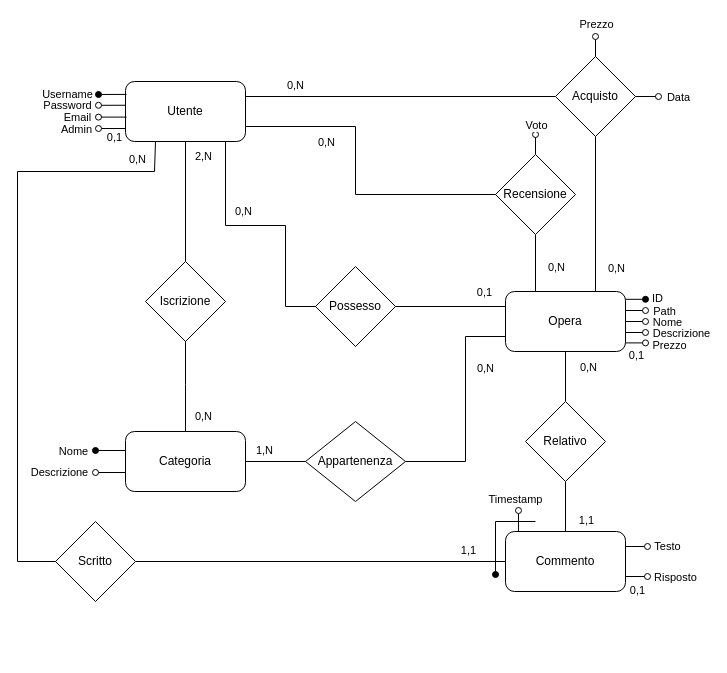
The draw.io diagram page "ristrutturato" (1 of 3) of DB/schema_ristrutturato.drawio in Giuseppe5000/TecWeb, before the edit. Source tidied: cells renumbered, new cells numbered last; positions are measured from the earlier drawing's top-left corner, leaving out a move shared by most shapes. Both pictures are drawn from the tidied source at 100%, with x=0, y=0 at pixel (17, 36).
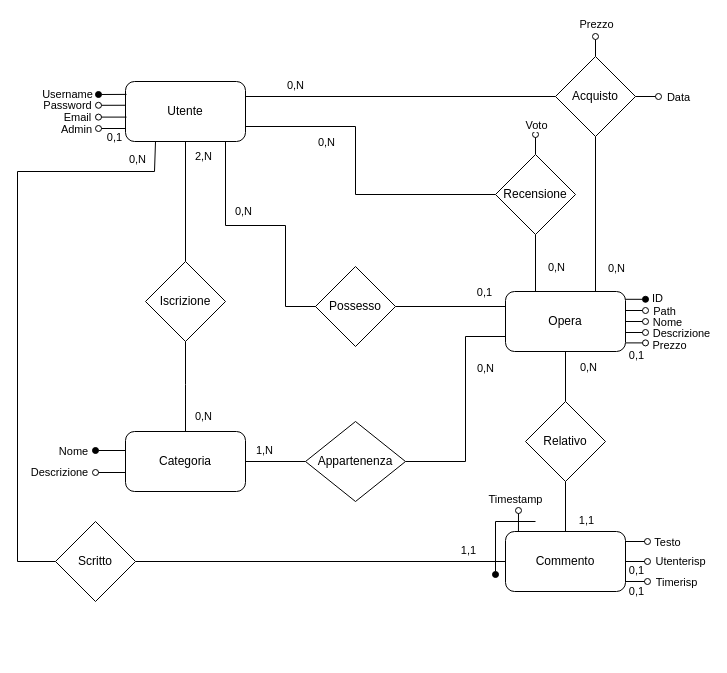
After the change.

Commit message:
Correzione schema e relazione #2

Unchanged cells that the change refers to:
```xml
<mxCell id="39" value="Commento" style="rounded=1;whiteSpace=wrap;html=1;" parent="1" vertex="1">
  <mxGeometry x="488" y="495" width="120" height="60" as="geometry" />
</mxCell>
```

Diff of the diagram source:
```diff
@@
-    <mxCell id="37" style="edgeStyle=orthogonalEdgeStyle;rounded=0;jettySize=auto;html=1;exitX=1;exitY=0.25;exitDx=0;exitDy=0;endArrow=oval;endFill=0;" parent="1" edge="1" source="39">
+    <mxCell id="37" style="edgeStyle=orthogonalEdgeStyle;rounded=0;orthogonalLoop=1;jettySize=auto;html=1;exitX=1;exitY=0.25;exitDx=0;exitDy=0;endArrow=oval;endFill=0;" parent="1" edge="1">
       <mxGeometry relative="1" as="geometry">
-        <mxPoint x="630" y="510.1" as="targetPoint" />
+        <mxPoint x="608" y="505" as="sourcePoint" />
+        <mxPoint x="630" y="505.1" as="targetPoint" />
       </mxGeometry>
     </mxCell>
-    <mxCell id="38" style="edgeStyle=orthogonalEdgeStyle;rounded=0;jettySize=auto;html=1;exitX=1;exitY=0.75;exitDx=0;exitDy=0;endArrow=oval;endFill=0;" parent="1" edge="1" source="39">
+    <mxCell id="38" style="edgeStyle=orthogonalEdgeStyle;rounded=0;jettySize=auto;html=1;exitX=1;exitY=0.5;exitDx=0;exitDy=0;endArrow=oval;endFill=0;" parent="1" edge="1" source="39">
       <mxGeometry relative="1" as="geometry">
-        <mxPoint x="630" y="539.9" as="targetPoint" />
+        <mxPoint x="630" y="525" as="targetPoint" />
       </mxGeometry>
     </mxCell>
@@
-    <mxCell id="48" value="Risposto" style="edgeLabel;html=1;align=center;verticalAlign=middle;" parent="1" vertex="1">
-      <mxGeometry x="661" y="535" as="geometry">
+    <mxCell id="48" value="Utenterisp" style="edgeLabel;html=1;align=center;verticalAlign=middle;" parent="1" vertex="1">
+      <mxGeometry x="666" y="519" as="geometry">
         <mxPoint x="-4" y="5" as="offset" />
       </mxGeometry>
     </mxCell>
@@
     <mxCell id="74" value="0,1" style="edgeLabel;html=1;align=center;verticalAlign=middle;" parent="1" vertex="1">
-      <mxGeometry x="680" y="619" as="geometry">
+      <mxGeometry x="679" y="599" as="geometry">
         <mxPoint x="-61" y="-66" as="offset" />
       </mxGeometry>
     </mxCell>
@@
     <mxCell id="78" value="Testo" style="edgeLabel;html=1;align=center;verticalAlign=middle;" parent="1" vertex="1">
-      <mxGeometry x="653" y="504" as="geometry">
+      <mxGeometry x="653" y="500" as="geometry">
         <mxPoint x="-4" y="5" as="offset" />
       </mxGeometry>
     </mxCell>
+    <mxCell id="79" style="edgeStyle=orthogonalEdgeStyle;rounded=0;orthogonalLoop=1;jettySize=auto;html=1;exitX=1;exitY=0.5;exitDx=0;exitDy=0;endArrow=oval;endFill=0;" parent="1" edge="1">
+      <mxGeometry relative="1" as="geometry">
+        <mxPoint x="608" y="545" as="sourcePoint" />
+        <mxPoint x="630" y="545" as="targetPoint" />
+      </mxGeometry>
+    </mxCell>
+    <mxCell id="80" value="Timerisp" style="edgeLabel;html=1;align=center;verticalAlign=middle;" parent="1" vertex="1">
+      <mxGeometry x="662" y="540" as="geometry">
+        <mxPoint x="-4" y="5" as="offset" />
+      </mxGeometry>
+    </mxCell>
+    <mxCell id="81" value="0,1" style="edgeLabel;html=1;align=center;verticalAlign=middle;" parent="1" vertex="1">
+      <mxGeometry x="679" y="620" as="geometry">
+        <mxPoint x="-61" y="-66" as="offset" />
+      </mxGeometry>
+    </mxCell>
```
